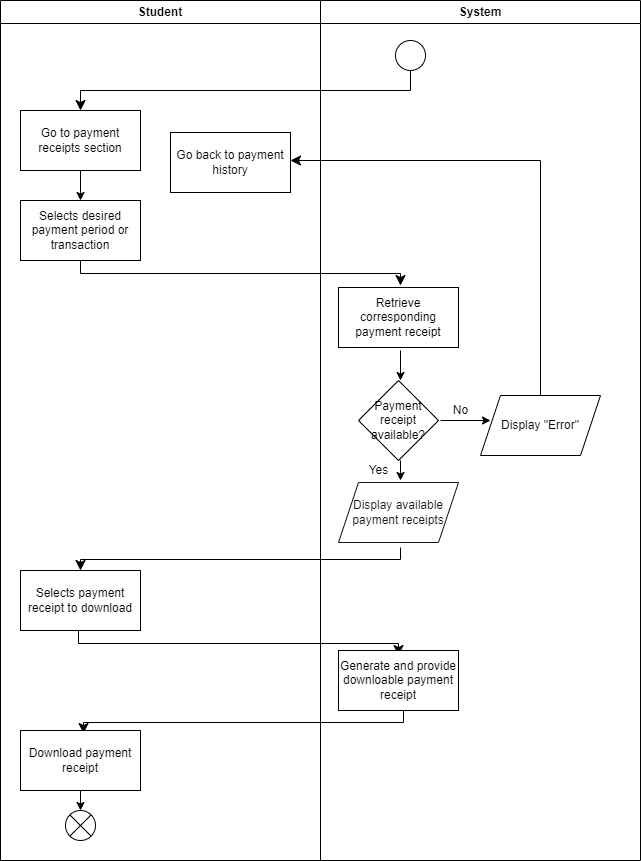
The draw.io diagram project/drawio/stakeholder/activity diagram/uc22.png in drshahizan/software-engineering, before a commit. Source tidied: cells renumbered, new cells last; positions are measured from the earlier drawing's top-left corner, leaving out a move shared by most shapes.
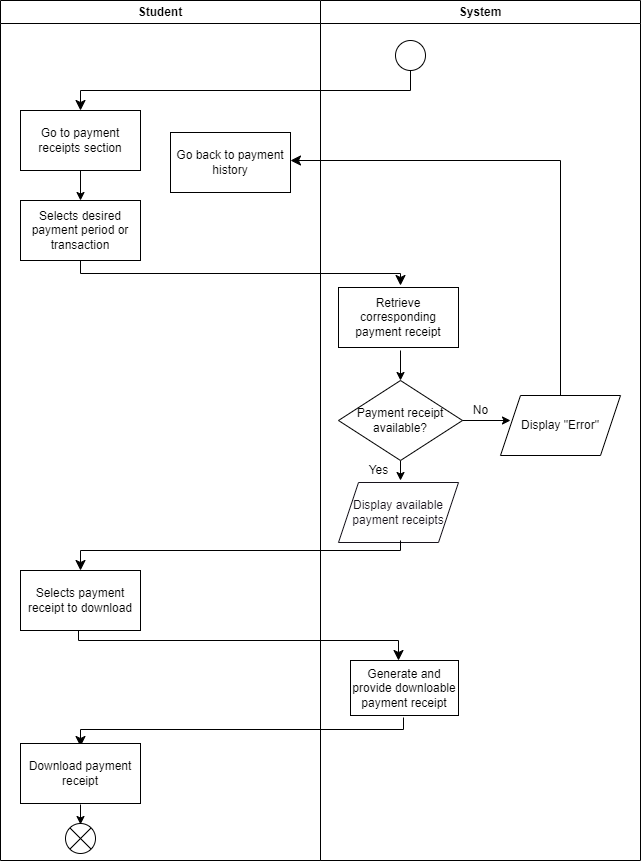
Above is the later version.

Diff of the diagram source:
```diff
@@ -38,9 +38,6 @@
         <mxPoint x="400" y="380" as="targetPoint" />
       </mxGeometry>
     </mxCell>
-    <mxCell id="10" value="Payment receipt available?" style="rhombus;whiteSpace=wrap;html=1;" parent="1" vertex="1">
-      <mxGeometry x="358" y="380" width="80" height="80" as="geometry" />
-    </mxCell>
     <mxCell id="11" style="endArrow=classic;html=1;" parent="1" edge="1">
       <mxGeometry relative="1" as="geometry">
         <mxPoint x="400" y="460" as="sourcePoint" />
@@ -58,8 +55,11 @@
     </mxCell>
     <mxCell id="15" style="edgeStyle=elbowEdgeStyle;elbow=vertical;endArrow=classic;html=1;curved=0;rounded=0;endSize=8;startSize=8;" parent="1" edge="1">
       <mxGeometry relative="1" as="geometry">
-        <mxPoint x="400" y="547" as="sourcePoint" />
+        <mxPoint x="400" y="540" as="sourcePoint" />
         <mxPoint x="80" y="570" as="targetPoint" />
+        <Array as="points">
+          <mxPoint x="240" y="550" />
+        </Array>
       </mxGeometry>
     </mxCell>
     <mxCell id="16" value="Selects payment receipt to download" style="rounded=0;whiteSpace=wrap;html=1;" parent="1" vertex="1">
@@ -68,45 +68,42 @@
     <mxCell id="17" style="edgeStyle=elbowEdgeStyle;elbow=vertical;endArrow=classic;html=1;curved=0;rounded=0;endSize=8;startSize=8;" parent="1" edge="1">
       <mxGeometry relative="1" as="geometry">
         <mxPoint x="78" y="630" as="sourcePoint" />
-        <mxPoint x="398" y="655" as="targetPoint" />
+        <mxPoint x="398" y="660" as="targetPoint" />
+        <Array as="points">
+          <mxPoint x="240" y="640" />
+        </Array>
       </mxGeometry>
     </mxCell>
     <mxCell id="18" value="Generate and provide downloable payment receipt" style="rounded=0;whiteSpace=wrap;html=1;" parent="1" vertex="1">
-      <mxGeometry x="338" y="650" width="120" height="60" as="geometry" />
+      <mxGeometry x="350" y="660" width="108" height="55" as="geometry" />
     </mxCell>
-    <mxCell id="19" style="edgeStyle=elbowEdgeStyle;elbow=vertical;endArrow=classic;html=1;curved=0;rounded=0;endSize=8;startSize=8;" parent="1" edge="1">
+    <mxCell id="19" style="edgeStyle=elbowEdgeStyle;elbow=vertical;endArrow=classic;html=1;curved=0;rounded=0;endSize=8;startSize=8;entryX=0.5;entryY=0;entryDx=0;entryDy=0;" parent="1" edge="1">
       <mxGeometry relative="1" as="geometry">
-        <mxPoint x="403" y="710" as="sourcePoint" />
-        <mxPoint x="83" y="733" as="targetPoint" />
+        <mxPoint x="403" y="717" as="sourcePoint" />
+        <mxPoint x="80" y="746" as="targetPoint" />
         <Array as="points">
-          <mxPoint x="253" y="722" />
+          <mxPoint x="253" y="729" />
         </Array>
       </mxGeometry>
     </mxCell>
     <mxCell id="20" value="Download payment receipt" style="rounded=0;whiteSpace=wrap;html=1;" parent="1" vertex="1">
-      <mxGeometry x="20" y="730" width="120" height="60" as="geometry" />
+      <mxGeometry x="20" y="743" width="120" height="60" as="geometry" />
     </mxCell>
     <mxCell id="21" style="endArrow=classic;html=1;" parent="1" edge="1">
       <mxGeometry relative="1" as="geometry">
-        <mxPoint x="80" y="790" as="sourcePoint" />
-        <mxPoint x="80" y="810" as="targetPoint" />
+        <mxPoint x="80" y="804" as="sourcePoint" />
+        <mxPoint x="80" y="824" as="targetPoint" />
       </mxGeometry>
     </mxCell>
     <mxCell id="22" style="shape=sumEllipse;perimeter=ellipsePerimeter;whiteSpace=wrap;html=1;backgroundOutline=1;" parent="1" vertex="1">
-      <mxGeometry x="65" y="810" width="30" height="30" as="geometry" />
+      <mxGeometry x="65" y="823" width="30" height="30" as="geometry" />
     </mxCell>
     <mxCell id="23" style="endArrow=classic;html=1;" parent="1" edge="1">
       <mxGeometry relative="1" as="geometry">
-        <mxPoint x="440" y="420" as="sourcePoint" />
-        <mxPoint x="490" y="420" as="targetPoint" />
+        <mxPoint x="460" y="420" as="sourcePoint" />
+        <mxPoint x="510" y="420" as="targetPoint" />
       </mxGeometry>
     </mxCell>
-    <mxCell id="24" value="No" style="text;html=1;align=center;verticalAlign=middle;strokeColor=none;fillColor=none;" parent="1" vertex="1">
-      <mxGeometry x="440" y="395" width="40" height="30" as="geometry" />
-    </mxCell>
-    <mxCell id="25" value="Display &quot;Error&quot;" style="shape=parallelogram;perimeter=parallelogramPerimeter;whiteSpace=wrap;html=1;fixedSize=1;" parent="1" vertex="1">
-      <mxGeometry x="480" y="395" width="120" height="60" as="geometry" />
-    </mxCell>
     <mxCell id="26" style="edgeStyle=elbowEdgeStyle;elbow=vertical;endArrow=classic;html=1;curved=0;rounded=0;endSize=8;startSize=8;" parent="1" edge="1" source="25">
       <mxGeometry relative="1" as="geometry">
         <mxPoint x="290" y="160" as="targetPoint" />
@@ -124,5 +121,14 @@
     <mxCell id="29" value="System" style="swimlane;whiteSpace=wrap;html=1;" parent="1" vertex="1">
       <mxGeometry x="320" width="320" height="860" as="geometry" />
     </mxCell>
+    <mxCell id="25" value="Display &quot;Error&quot;" style="shape=parallelogram;perimeter=parallelogramPerimeter;whiteSpace=wrap;html=1;fixedSize=1;" parent="29" vertex="1">
+      <mxGeometry x="180" y="395" width="120" height="60" as="geometry" />
+    </mxCell>
+    <mxCell id="10" value="&lt;font style=&quot;font-size: 12px;&quot;&gt;Payment receipt available?&lt;/font&gt;" style="rhombus;whiteSpace=wrap;html=1;" parent="29" vertex="1">
+      <mxGeometry x="18" y="380" width="124" height="80" as="geometry" />
+    </mxCell>
+    <mxCell id="24" value="No" style="text;html=1;align=center;verticalAlign=middle;strokeColor=none;fillColor=none;" parent="29" vertex="1">
+      <mxGeometry x="140" y="395" width="40" height="30" as="geometry" />
+    </mxCell>
   </root>
 </mxGraphModel>
```
